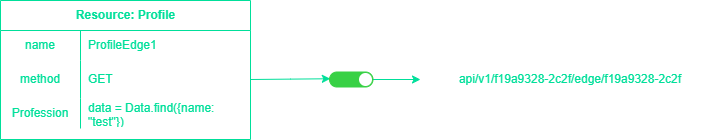
Above: imgs/endpoint2page.png in ARAldhafeeri/mockify-docs (draw.io), before the change. Source tidied: cells renumbered, new cells last; positions are measured from the earlier drawing's top-left corner, leaving out a move shared by most shapes.
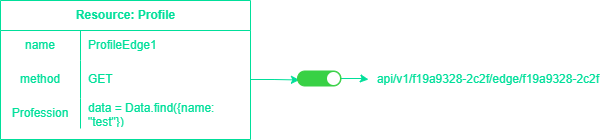
After the commit.

Diff of the diagram source:
```diff
@@ -32,19 +32,17 @@
     <mxCell id="11" value="data = Data.find({name: &quot;test&quot;})" style="shape=partialRectangle;fillColor=none;top=0;left=0;bottom=0;right=0;align=left;spacingLeft=6;overflow=hidden;whiteSpace=wrap;html=1;fontColor=#00DF9A;" parent="9" vertex="1">
       <mxGeometry x="80" width="170" height="30" as="geometry" />
     </mxCell>
-    <mxCell id="12" style="edgeStyle=orthogonalEdgeStyle;rounded=0;jettySize=auto;html=1;entryX=-0.031;entryY=0.553;entryDx=0;entryDy=0;entryPerimeter=0;strokeColor=#00DF9A;" parent="1" edge="1" source="6">
-      <mxGeometry relative="1" as="geometry">
-        <mxPoint x="329.8" y="78.2" as="targetPoint" />
-      </mxGeometry>
+    <mxCell id="12" style="edgeStyle=orthogonalEdgeStyle;rounded=0;jettySize=auto;html=1;entryX=0.044;entryY=0.599;entryDx=0;entryDy=0;entryPerimeter=0;strokeColor=#00DF9A;" parent="1" edge="1" source="6" target="15">
+      <mxGeometry relative="1" as="geometry" />
     </mxCell>
     <mxCell id="13" value="api/v1/f19a9328-2c2f/edge/f19a9328-2c2f" style="text;html=1;strokeColor=none;fillColor=none;align=center;verticalAlign=middle;whiteSpace=wrap;rounded=0;fontColor=#00DF9A;" parent="1" vertex="1">
-      <mxGeometry x="420" y="64" width="300" height="30" as="geometry" />
+      <mxGeometry x="368" y="64" width="240" height="30" as="geometry" />
     </mxCell>
     <mxCell id="14" style="edgeStyle=orthogonalEdgeStyle;rounded=0;jettySize=auto;html=1;strokeColor=#00DF9A;" parent="1" edge="1" source="15" target="13">
       <mxGeometry relative="1" as="geometry" />
     </mxCell>
     <mxCell id="15" style="html=1;verticalLabelPosition=bottom;labelBackgroundColor=#ffffff;verticalAlign=top;shadow=0;dashed=0;strokeWidth=1;shape=mxgraph.ios7ui.onOffButton;buttonState=on;strokeColor=#38D145;strokeColor2=#aaaaaa;fillColor=#38D145;fillColor2=#ffffff;" parent="1" vertex="1">
-      <mxGeometry x="329" y="71.5" width="43.5" height="15" as="geometry" />
+      <mxGeometry x="297" y="70.5" width="43.5" height="15" as="geometry" />
     </mxCell>
   </root>
 </mxGraphModel>
```
